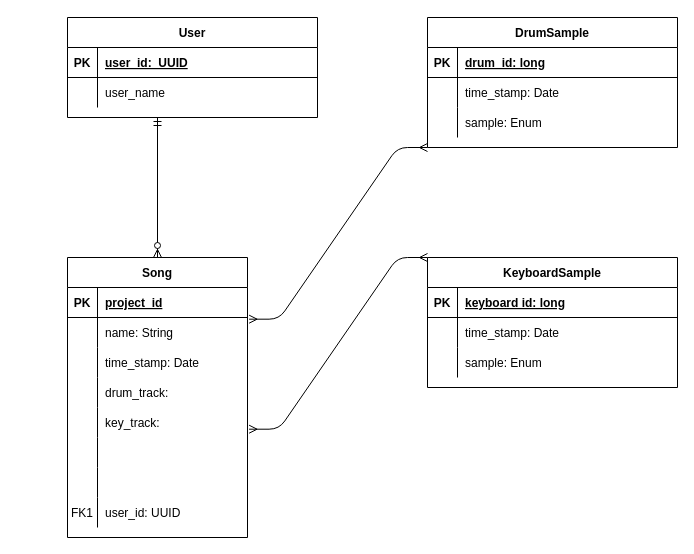
sound-doodle/sound-doodle.github.io keeps this draw.io diagram as docs/work/erd.drawio. Above is the earlier version. Source tidied: cells renumbered, new cells numbered last; positions are measured from the earlier drawing's top-left corner, leaving out a move shared by most shapes. Both pictures are drawn from the tidied source at 100%, with x=0, y=0 at pixel (67, 17).
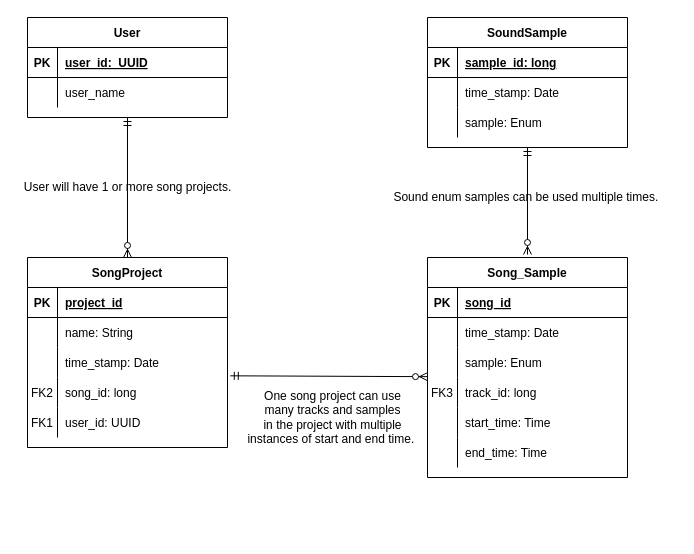
Above is the later version.

Commit message (it also covers changes not shown here):
Updated inwork ERD image with thoughts from todays discussion.

Change to the diagram source:
```diff
@@
-    <mxCell id="2" value="DrumSample" style="shape=table;startSize=30;childLayout=tableLayout;rowLines=0;fontStyle=1;align=center;" parent="1" vertex="1">
-      <mxGeometry x="360" width="250" height="130" as="geometry" />
+    <mxCell id="2" value="SoundSample" style="shape=table;startSize=30;childLayout=tableLayout;rowLines=0;fontStyle=1;align=center;" parent="1" vertex="1">
+      <mxGeometry x="360" width="200" height="130" as="geometry" />
     </mxCell>
     <mxCell id="3" style="shape=partialRectangle;fillColor=none;top=0;left=0;right=0;bottom=1;" parent="2" vertex="1">
-      <mxGeometry y="30" width="250" height="30" as="geometry" />
+      <mxGeometry y="30" width="200" height="30" as="geometry" />
     </mxCell>
@@
-    <mxCell id="5" value="drum_id: long" style="shape=partialRectangle;overflow=hidden;fillColor=none;top=0;left=0;bottom=0;right=0;align=left;spacingLeft=6;fontStyle=5;" parent="3" vertex="1">
-      <mxGeometry x="30" width="220" height="30" as="geometry" />
+    <mxCell id="5" value="sample_id: long" style="shape=partialRectangle;overflow=hidden;fillColor=none;top=0;left=0;bottom=0;right=0;align=left;spacingLeft=6;fontStyle=5;" parent="3" vertex="1">
+      <mxGeometry x="30" width="170" height="30" as="geometry" />
     </mxCell>
     <mxCell id="6" style="shape=partialRectangle;fillColor=none;top=0;left=0;right=0;bottom=0;" parent="2" vertex="1">
-      <mxGeometry y="60" width="250" height="30" as="geometry" />
+      <mxGeometry y="60" width="200" height="30" as="geometry" />
     </mxCell>
@@
     <mxCell id="8" value="time_stamp: Date" style="shape=partialRectangle;overflow=hidden;fillColor=none;top=0;left=0;bottom=0;right=0;align=left;spacingLeft=6;" parent="6" vertex="1">
-      <mxGeometry x="30" width="220" height="30" as="geometry" />
+      <mxGeometry x="30" width="170" height="30" as="geometry" />
     </mxCell>
     <mxCell id="9" style="shape=partialRectangle;fillColor=none;top=0;left=0;right=0;bottom=0;" parent="2" vertex="1">
-      <mxGeometry y="90" width="250" height="30" as="geometry" />
+      <mxGeometry y="90" width="200" height="30" as="geometry" />
     </mxCell>
@@
     <mxCell id="11" value="sample: Enum" style="shape=partialRectangle;overflow=hidden;fillColor=none;top=0;left=0;bottom=0;right=0;align=left;spacingLeft=6;" parent="9" vertex="1">
-      <mxGeometry x="30" width="220" height="30" as="geometry" />
+      <mxGeometry x="30" width="170" height="30" as="geometry" />
     </mxCell>
-    <mxCell id="12" value="KeyboardSample" style="shape=table;startSize=30;childLayout=tableLayout;rowLines=0;fontStyle=1;align=center;" parent="1" vertex="1">
-      <mxGeometry x="360" y="240" width="250" height="130" as="geometry" />
+    <mxCell id="12" value="Song_Sample" style="shape=table;startSize=30;childLayout=tableLayout;rowLines=0;fontStyle=1;align=center;" parent="1" vertex="1">
+      <mxGeometry x="360" y="240" width="200" height="220" as="geometry" />
     </mxCell>
     <mxCell id="13" style="shape=partialRectangle;fillColor=none;top=0;left=0;right=0;bottom=1;" parent="12" vertex="1">
-      <mxGeometry y="30" width="250" height="30" as="geometry" />
+      <mxGeometry y="30" width="200" height="30" as="geometry" />
     </mxCell>
@@
-    <mxCell id="15" value="keyboard id: long" style="shape=partialRectangle;overflow=hidden;fillColor=none;top=0;left=0;bottom=0;right=0;align=left;spacingLeft=6;fontStyle=5;" parent="13" vertex="1">
-      <mxGeometry x="30" width="220" height="30" as="geometry" />
+    <mxCell id="15" value="song_id" style="shape=partialRectangle;overflow=hidden;fillColor=none;top=0;left=0;bottom=0;right=0;align=left;spacingLeft=6;fontStyle=5;" parent="13" vertex="1">
+      <mxGeometry x="30" width="170" height="30" as="geometry" />
     </mxCell>
     <mxCell id="16" style="shape=partialRectangle;fillColor=none;top=0;left=0;right=0;bottom=0;" parent="12" vertex="1">
-      <mxGeometry y="60" width="250" height="30" as="geometry" />
+      <mxGeometry y="60" width="200" height="30" as="geometry" />
     </mxCell>
@@
     <mxCell id="18" value="time_stamp: Date" style="shape=partialRectangle;overflow=hidden;fillColor=none;top=0;left=0;bottom=0;right=0;align=left;spacingLeft=6;" parent="16" vertex="1">
-      <mxGeometry x="30" width="220" height="30" as="geometry" />
+      <mxGeometry x="30" width="170" height="30" as="geometry" />
     </mxCell>
     <mxCell id="19" style="shape=partialRectangle;fillColor=none;points=[[0,0.5],[1,0.5]];portConstraint=eastwest;top=0;left=0;right=0;bottom=0;" parent="12" vertex="1">
-      <mxGeometry y="90" width="250" height="30" as="geometry" />
+      <mxGeometry y="90" width="200" height="30" as="geometry" />
     </mxCell>
@@
     <mxCell id="21" value="sample: Enum" style="shape=partialRectangle;overflow=hidden;fillColor=none;top=0;left=0;bottom=0;right=0;align=left;spacingLeft=6;" parent="19" vertex="1">
-      <mxGeometry x="30" width="220" height="30" as="geometry" />
+      <mxGeometry x="30" width="170" height="30" as="geometry" />
     </mxCell>
+    <mxCell id="57" style="shape=partialRectangle;fillColor=none;top=0;left=0;right=0;bottom=0;" parent="12" vertex="1">
+      <mxGeometry y="120" width="200" height="30" as="geometry" />
+    </mxCell>
+    <mxCell id="58" value="FK3" style="shape=partialRectangle;overflow=hidden;fillColor=none;top=0;left=0;bottom=0;right=0;" parent="57" vertex="1">
+      <mxGeometry width="30" height="30" as="geometry" />
+    </mxCell>
+    <mxCell id="59" value="track_id: long" style="shape=partialRectangle;overflow=hidden;fillColor=none;top=0;left=0;bottom=0;right=0;align=left;spacingLeft=6;" parent="57" vertex="1">
+      <mxGeometry x="30" width="170" height="30" as="geometry" />
+    </mxCell>
+    <mxCell id="60" style="shape=partialRectangle;fillColor=none;top=0;left=0;right=0;bottom=0;" parent="12" vertex="1">
+      <mxGeometry y="150" width="200" height="30" as="geometry" />
+    </mxCell>
+    <mxCell id="61" style="shape=partialRectangle;overflow=hidden;fillColor=none;top=0;left=0;bottom=0;right=0;" parent="60" vertex="1">
+      <mxGeometry width="30" height="30" as="geometry" />
+    </mxCell>
+    <mxCell id="62" value="start_time: Time" style="shape=partialRectangle;overflow=hidden;fillColor=none;top=0;left=0;bottom=0;right=0;align=left;spacingLeft=6;" parent="60" vertex="1">
+      <mxGeometry x="30" width="170" height="30" as="geometry" />
+    </mxCell>
+    <mxCell id="63" style="shape=partialRectangle;fillColor=none;top=0;left=0;right=0;bottom=0;" parent="12" vertex="1">
+      <mxGeometry y="180" width="200" height="30" as="geometry" />
+    </mxCell>
+    <mxCell id="64" style="shape=partialRectangle;overflow=hidden;fillColor=none;top=0;left=0;bottom=0;right=0;" parent="63" vertex="1">
+      <mxGeometry width="30" height="30" as="geometry" />
+    </mxCell>
+    <mxCell id="65" value="end_time: Time" style="shape=partialRectangle;overflow=hidden;fillColor=none;top=0;left=0;bottom=0;right=0;align=left;spacingLeft=6;" parent="63" vertex="1">
+      <mxGeometry x="30" width="170" height="30" as="geometry" />
+    </mxCell>
     <mxCell id="22" value="User" style="shape=table;startSize=30;childLayout=tableLayout;rowLines=0;fontStyle=1;align=center;" parent="1" vertex="1">
-      <mxGeometry width="250" height="100" as="geometry" />
+      <mxGeometry x="-40" width="200" height="100" as="geometry" />
     </mxCell>
     <mxCell id="23" style="shape=partialRectangle;fillColor=none;top=0;left=0;right=0;bottom=1;" parent="22" vertex="1">
-      <mxGeometry y="30" width="250" height="30" as="geometry" />
+      <mxGeometry y="30" width="200" height="30" as="geometry" />
     </mxCell>
@@
     <mxCell id="25" value="user_id:  UUID" style="shape=partialRectangle;overflow=hidden;fillColor=none;top=0;left=0;bottom=0;right=0;align=left;spacingLeft=6;fontStyle=5;" parent="23" vertex="1">
-      <mxGeometry x="30" width="220" height="30" as="geometry" />
+      <mxGeometry x="30" width="170" height="30" as="geometry" />
     </mxCell>
     <mxCell id="26" style="shape=partialRectangle;fillColor=none;top=0;left=0;right=0;bottom=0;" parent="22" vertex="1">
-      <mxGeometry y="60" width="250" height="30" as="geometry" />
+      <mxGeometry y="60" width="200" height="30" as="geometry" />
     </mxCell>
@@
     <mxCell id="28" value="user_name" style="shape=partialRectangle;overflow=hidden;fillColor=none;top=0;left=0;bottom=0;right=0;align=left;spacingLeft=6;" parent="26" vertex="1">
-      <mxGeometry x="30" width="220" height="30" as="geometry" />
+      <mxGeometry x="30" width="170" height="30" as="geometry" />
     </mxCell>
-    <mxCell id="29" value="Song" style="shape=table;startSize=30;childLayout=tableLayout;rowLines=0;fontStyle=1;align=center;" parent="1" vertex="1">
-      <mxGeometry y="240" width="180" height="280" as="geometry" />
+    <mxCell id="29" value="SongProject" style="shape=table;startSize=30;childLayout=tableLayout;rowLines=0;fontStyle=1;align=center;" parent="1" vertex="1">
+      <mxGeometry x="-40" y="240" width="200" height="190" as="geometry" />
     </mxCell>
     <mxCell id="30" style="shape=partialRectangle;fillColor=none;top=0;left=0;bottom=1;right=0;" parent="29" vertex="1">
-      <mxGeometry y="30" width="180" height="30" as="geometry" />
+      <mxGeometry y="30" width="200" height="30" as="geometry" />
     </mxCell>
@@
     <mxCell id="32" value="project_id" style="shape=partialRectangle;fillColor=none;top=0;left=0;bottom=0;right=0;align=left;spacingLeft=6;fontStyle=5;overflow=hidden;" parent="30" vertex="1">
-      <mxGeometry x="30" width="150" height="30" as="geometry" />
+      <mxGeometry x="30" width="170" height="30" as="geometry" />
     </mxCell>
     <mxCell id="33" style="shape=partialRectangle;fillColor=none;top=0;left=0;bottom=0;right=0;points=[[0,0.5],[1,0.5]];portConstraint=eastwest;" parent="29" vertex="1">
-      <mxGeometry y="60" width="180" height="30" as="geometry" />
+      <mxGeometry y="60" width="200" height="30" as="geometry" />
     </mxCell>
@@
     <mxCell id="35" value="name: String" style="shape=partialRectangle;fillColor=none;top=0;left=0;bottom=0;right=0;align=left;spacingLeft=6;overflow=hidden;" parent="33" vertex="1">
-      <mxGeometry x="30" width="150" height="30" as="geometry" />
+      <mxGeometry x="30" width="170" height="30" as="geometry" />
     </mxCell>
     <mxCell id="36" style="shape=partialRectangle;fillColor=none;top=0;left=0;bottom=0;right=0;" parent="29" vertex="1">
-      <mxGeometry y="90" width="180" height="30" as="geometry" />
+      <mxGeometry y="90" width="200" height="30" as="geometry" />
     </mxCell>
@@
     <mxCell id="38" value="time_stamp: Date" style="shape=partialRectangle;fillColor=none;top=0;left=0;bottom=0;right=0;align=left;spacingLeft=6;overflow=hidden;" parent="36" vertex="1">
-      <mxGeometry x="30" width="150" height="30" as="geometry" />
+      <mxGeometry x="30" width="170" height="30" as="geometry" />
     </mxCell>
-    <mxCell id="39" style="shape=partialRectangle;fillColor=none;top=0;left=0;bottom=0;right=0;" parent="29" vertex="1">
-      <mxGeometry y="120" width="180" height="30" as="geometry" />
-    </mxCell>
-    <mxCell id="40" style="shape=partialRectangle;fillColor=none;top=0;left=0;bottom=0;right=0;overflow=hidden;" parent="39" vertex="1">
-      <mxGeometry width="30" height="30" as="geometry" />
-    </mxCell>
-    <mxCell id="41" value="drum_track: " style="shape=partialRectangle;fillColor=none;top=0;left=0;bottom=0;right=0;align=left;spacingLeft=6;overflow=hidden;" parent="39" vertex="1">
-      <mxGeometry x="30" width="150" height="30" as="geometry" />
-    </mxCell>
-    <mxCell id="42" style="shape=partialRectangle;fillColor=none;top=0;left=0;bottom=0;right=0;" parent="29" vertex="1">
-      <mxGeometry y="150" width="180" height="30" as="geometry" />
-    </mxCell>
-    <mxCell id="43" style="shape=partialRectangle;fillColor=none;top=0;left=0;bottom=0;right=0;overflow=hidden;" parent="42" vertex="1">
-      <mxGeometry width="30" height="30" as="geometry" />
-    </mxCell>
-    <mxCell id="44" value="key_track: " style="shape=partialRectangle;fillColor=none;top=0;left=0;bottom=0;right=0;align=left;spacingLeft=6;overflow=hidden;" parent="42" vertex="1">
-      <mxGeometry x="30" width="150" height="30" as="geometry" />
-    </mxCell>
-    <mxCell id="45" style="shape=partialRectangle;fillColor=none;top=0;left=0;bottom=0;right=0;" parent="29" vertex="1">
-      <mxGeometry y="180" width="180" height="30" as="geometry" />
-    </mxCell>
-    <mxCell id="46" style="shape=partialRectangle;fillColor=none;top=0;left=0;bottom=0;right=0;overflow=hidden;" parent="45" vertex="1">
-      <mxGeometry width="30" height="30" as="geometry" />
-    </mxCell>
-    <mxCell id="47" style="shape=partialRectangle;fillColor=none;top=0;left=0;bottom=0;right=0;align=left;spacingLeft=6;overflow=hidden;" parent="45" vertex="1">
-      <mxGeometry x="30" width="150" height="30" as="geometry" />
-    </mxCell>
     <mxCell id="48" style="shape=partialRectangle;fillColor=none;top=0;left=0;bottom=0;right=0;points=[[0,0.5],[1,0.5]];portConstraint=eastwest;" parent="29" vertex="1">
-      <mxGeometry y="210" width="180" height="30" as="geometry" />
+      <mxGeometry y="120" width="200" height="30" as="geometry" />
     </mxCell>
-    <mxCell id="49" style="shape=partialRectangle;fillColor=none;top=0;left=0;bottom=0;right=0;overflow=hidden;" parent="48" vertex="1">
+    <mxCell id="49" value="FK2" style="shape=partialRectangle;fillColor=none;top=0;left=0;bottom=0;right=0;overflow=hidden;" parent="48" vertex="1">
       <mxGeometry width="30" height="30" as="geometry" />
     </mxCell>
-    <mxCell id="50" style="shape=partialRectangle;fillColor=none;top=0;left=0;bottom=0;right=0;align=left;spacingLeft=6;overflow=hidden;" parent="48" vertex="1">
-      <mxGeometry x="30" width="150" height="30" as="geometry" />
+    <mxCell id="50" value="song_id: long" style="shape=partialRectangle;fillColor=none;top=0;left=0;bottom=0;right=0;align=left;spacingLeft=6;overflow=hidden;" parent="48" vertex="1">
+      <mxGeometry x="30" width="170" height="30" as="geometry" />
     </mxCell>
     <mxCell id="51" style="shape=partialRectangle;fillColor=none;top=0;left=0;bottom=0;right=0;" parent="29" vertex="1">
-      <mxGeometry y="240" width="180" height="30" as="geometry" />
+      <mxGeometry y="150" width="200" height="30" as="geometry" />
     </mxCell>
@@
     <mxCell id="53" value="user_id: UUID" style="shape=partialRectangle;fillColor=none;top=0;left=0;bottom=0;right=0;align=left;spacingLeft=6;overflow=hidden;" parent="51" vertex="1">
-      <mxGeometry x="30" width="150" height="30" as="geometry" />
+      <mxGeometry x="30" width="170" height="30" as="geometry" />
     </mxCell>
-    <mxCell id="54" style="fontSize=12;html=1;endArrow=ERzeroToMany;startArrow=ERmandOne;endFill=1;" parent="1" edge="1" target="29">
-      <mxGeometry relative="1" as="geometry">
-        <mxPoint x="90" y="100" as="sourcePoint" />
-      </mxGeometry>
+    <mxCell id="54" style="fontSize=12;html=1;endArrow=ERzeroToMany;startArrow=ERmandOne;endFill=1;exitX=0.5;exitY=1;exitDx=0;exitDy=0;" parent="1" edge="1" source="22" target="29">
+      <mxGeometry relative="1" as="geometry" />
     </mxCell>
-    <mxCell id="55" style="edgeStyle=entityRelationEdgeStyle;fontSize=12;html=1;endArrow=ERmany;startArrow=ERmany;exitX=1.009;exitY=0.056;exitDx=0;exitDy=0;exitPerimeter=0;" parent="1" edge="1" source="33">
-      <mxGeometry relative="1" as="geometry">
-        <mxPoint x="360" y="130" as="targetPoint" />
-      </mxGeometry>
-    </mxCell>
-    <mxCell id="56" style="edgeStyle=entityRelationEdgeStyle;fontSize=12;html=1;endArrow=ERmany;startArrow=ERmany;exitX=1.009;exitY=0.056;exitDx=0;exitDy=0;exitPerimeter=0;" parent="1" edge="1">
-      <mxGeometry relative="1" as="geometry">
-        <mxPoint x="181.6" y="411.7" as="sourcePoint" />
-        <mxPoint x="360" y="240" as="targetPoint" />
-      </mxGeometry>
-    </mxCell>
+    <mxCell id="66" style="fontSize=12;html=1;endArrow=ERzeroToMany;startArrow=ERmandOne;" parent="1" edge="1">
+      <mxGeometry relative="1" as="geometry">
+        <mxPoint x="460" y="130" as="sourcePoint" />
+        <mxPoint x="460" y="237" as="targetPoint" />
+      </mxGeometry>
+    </mxCell>
+    <mxCell id="67" style="fontSize=12;html=1;endArrow=ERzeroToMany;startArrow=ERmandOne;exitX=1.014;exitY=-0.056;exitDx=0;exitDy=0;exitPerimeter=0;entryX=0;entryY=0.972;entryDx=0;entryDy=0;entryPerimeter=0;" parent="1" edge="1" source="48" target="19">
+      <mxGeometry relative="1" as="geometry" />
+    </mxCell>
+    <mxCell id="68" value="User will have 1 or more song projects." style="text;html=1;align=center;verticalAlign=middle;strokeColor=none;" parent="1" vertex="1">
+      <mxGeometry x="-50" y="160" width="220" height="20" as="geometry" />
+    </mxCell>
+    <mxCell id="69" value="One song project can use &lt;br&gt;many tracks and samples &lt;br&gt;in the project with multiple &lt;br&gt;instances of start and end time.&amp;nbsp;" style="text;html=1;align=center;verticalAlign=middle;strokeColor=none;" parent="1" vertex="1">
+      <mxGeometry x="170" y="370" width="190" height="60" as="geometry" />
+    </mxCell>
+    <mxCell id="70" value="Sound enum samples can be used multiple times.&amp;nbsp;" style="text;html=1;align=center;verticalAlign=middle;strokeColor=none;" parent="1" vertex="1">
+      <mxGeometry x="320" y="170" width="280" height="20" as="geometry" />
+    </mxCell>
```
